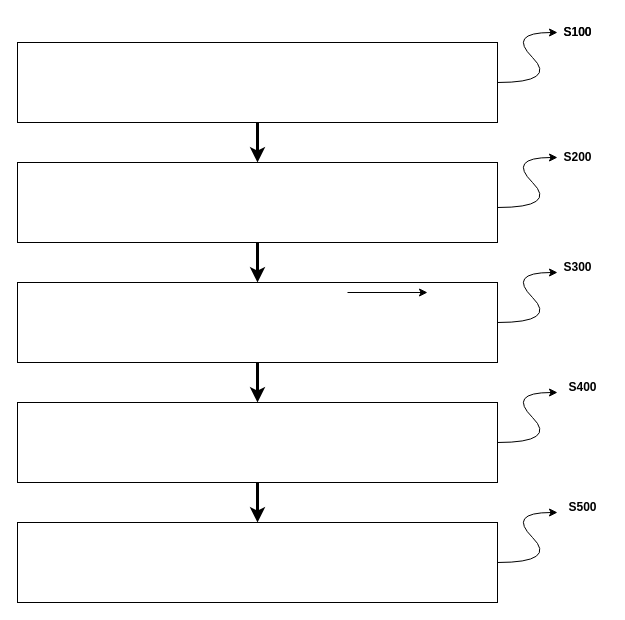
Before: 未命名绘图.drawio in zhoubenben/demo, a draw.io diagram. Source tidied: cells renumbered, new cells numbered last; positions are measured from the earlier drawing's top-left corner, leaving out a move shared by most shapes. Both pictures are drawn from the tidied source at 100%, with x=0, y=0 at pixel (17, 17).
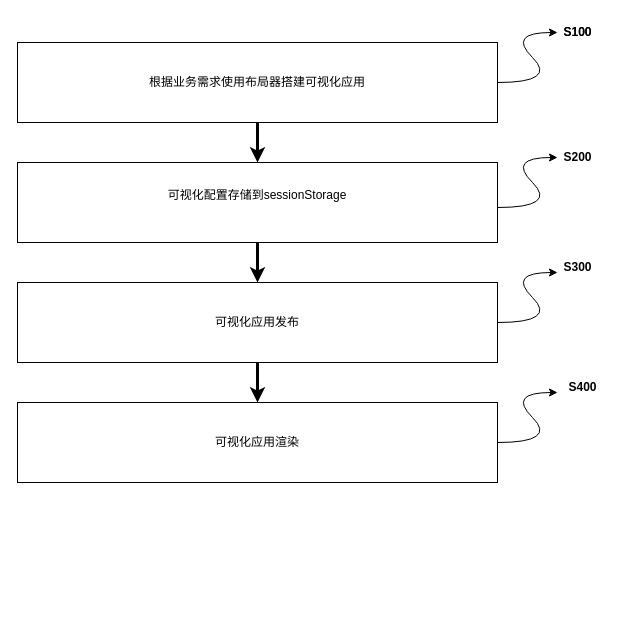
The same diagram, later.

Diff of the diagram source:
```diff
@@
-    <mxCell id="2" style="rounded=0;whiteSpace=wrap;html=1;" parent="1" vertex="1">
+    <mxCell id="2" value="根据业务需求使用布局器搭建可视化应用" style="rounded=0;whiteSpace=wrap;html=1;" parent="1" vertex="1">
       <mxGeometry y="25" width="480" height="80" as="geometry" />
     </mxCell>
@@
-    <mxCell id="4" style="rounded=0;whiteSpace=wrap;html=1;" parent="1" vertex="1">
+    <mxCell id="4" value="&lt;div&gt;可视化配置存储到sessionStorage&lt;/div&gt;&lt;div&gt;&lt;br&gt;&lt;/div&gt;" style="rounded=0;whiteSpace=wrap;html=1;" parent="1" vertex="1">
       <mxGeometry y="145" width="480" height="80" as="geometry" />
     </mxCell>
@@
-    <mxCell id="6" style="rounded=0;whiteSpace=wrap;html=1;fontStyle=1;" parent="1" vertex="1">
+    <mxCell id="6" value="&lt;span style=&quot;font-weight: normal;&quot;&gt;可视化应用发布&lt;/span&gt;" style="rounded=0;whiteSpace=wrap;html=1;fontStyle=1;" parent="1" vertex="1">
       <mxGeometry y="265" width="480" height="80" as="geometry" />
     </mxCell>
-    <mxCell id="7" style="edgeStyle=orthogonalEdgeStyle;rounded=0;jettySize=auto;html=1;strokeWidth=3;" parent="1" edge="1" source="8" target="9">
-      <mxGeometry relative="1" as="geometry" />
-    </mxCell>
-    <mxCell id="8" style="rounded=0;whiteSpace=wrap;html=1;" parent="1" vertex="1">
+    <mxCell id="8" value="可视化应用渲染" style="rounded=0;whiteSpace=wrap;html=1;" parent="1" vertex="1">
       <mxGeometry y="385" width="480" height="80" as="geometry" />
     </mxCell>
-    <mxCell id="9" style="rounded=0;whiteSpace=wrap;html=1;" parent="1" vertex="1">
-      <mxGeometry y="505" width="480" height="80" as="geometry" />
-    </mxCell>
@@
-    <mxCell id="17" style="curved=1;endArrow=classic;html=1;rounded=0;strokeWidth=1;exitX=1;exitY=0.5;exitDx=0;exitDy=0;" parent="1" edge="1">
-      <mxGeometry relative="1" as="geometry">
-        <mxPoint x="480" y="545" as="sourcePoint" />
-        <mxPoint x="540" y="495" as="targetPoint" />
-        <Array as="points">
-          <mxPoint x="540" y="545" />
-          <mxPoint x="490" y="495" />
-        </Array>
-      </mxGeometry>
-    </mxCell>
@@
-    <mxCell id="20" value="&lt;b&gt;S500&lt;/b&gt;" style="text;html=1;align=center;verticalAlign=middle;strokeColor=none;fillColor=none;" parent="1" vertex="1">
-      <mxGeometry x="540" y="475" width="50" height="30" as="geometry" />
-    </mxCell>
@@
-    <mxCell id="22" style="edgeStyle=none;orthogonalLoop=1;jettySize=auto;html=1;rounded=0;strokeWidth=1;" parent="1" edge="1">
-      <mxGeometry relative="1" as="geometry">
-        <mxPoint x="330" y="275" as="sourcePoint" />
-        <mxPoint x="410" y="275" as="targetPoint" />
-      </mxGeometry>
-    </mxCell>
```
